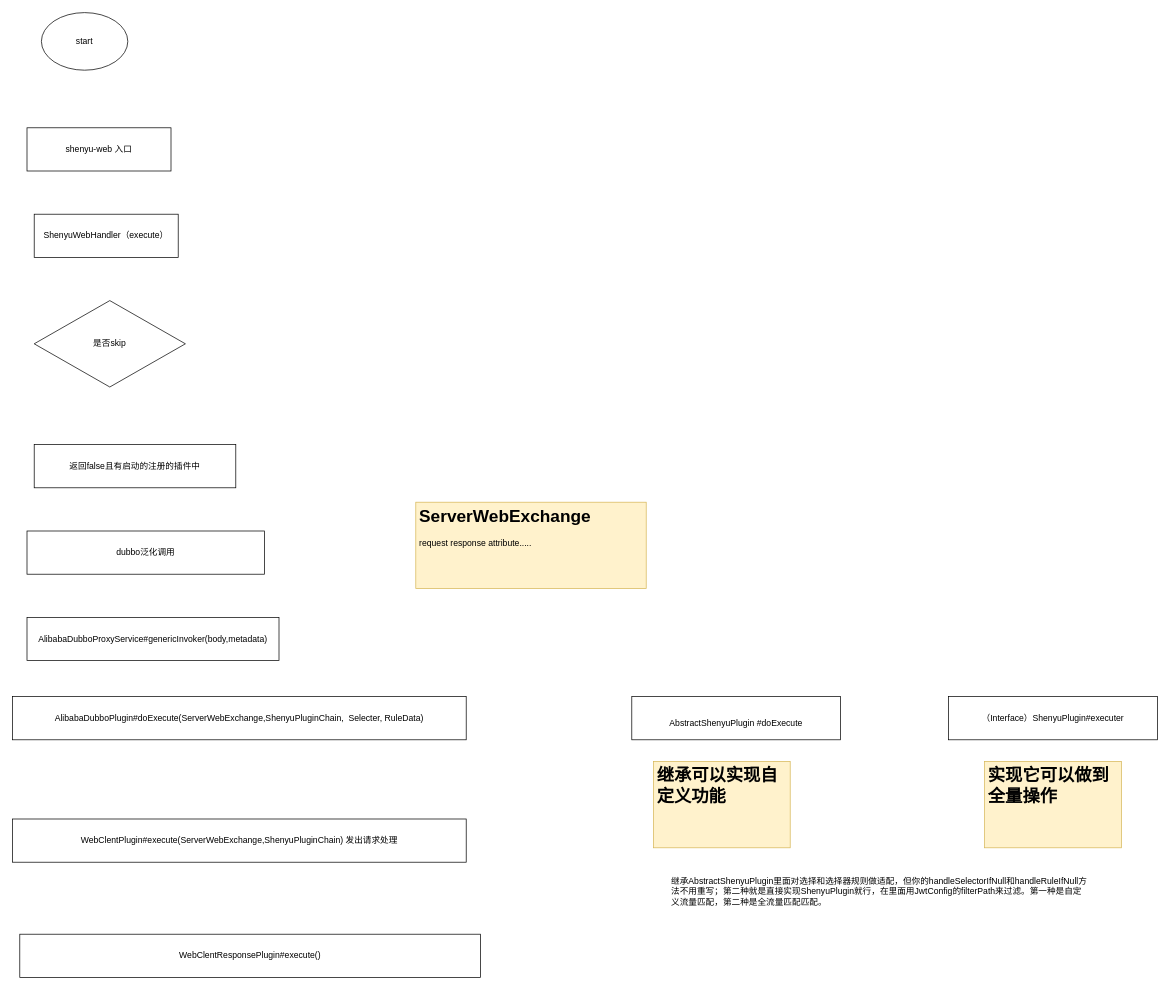
This is Shenye.drawio from FocusZhouGD/drawprogram, a draw.io file, before an edit. Source tidied: cells renumbered, new cells numbered last; positions are measured from the earlier drawing's top-left corner, leaving out a move shared by most shapes. Both pictures are drawn from the tidied source at 72%, with x=0, y=0 at pixel (12, 12).
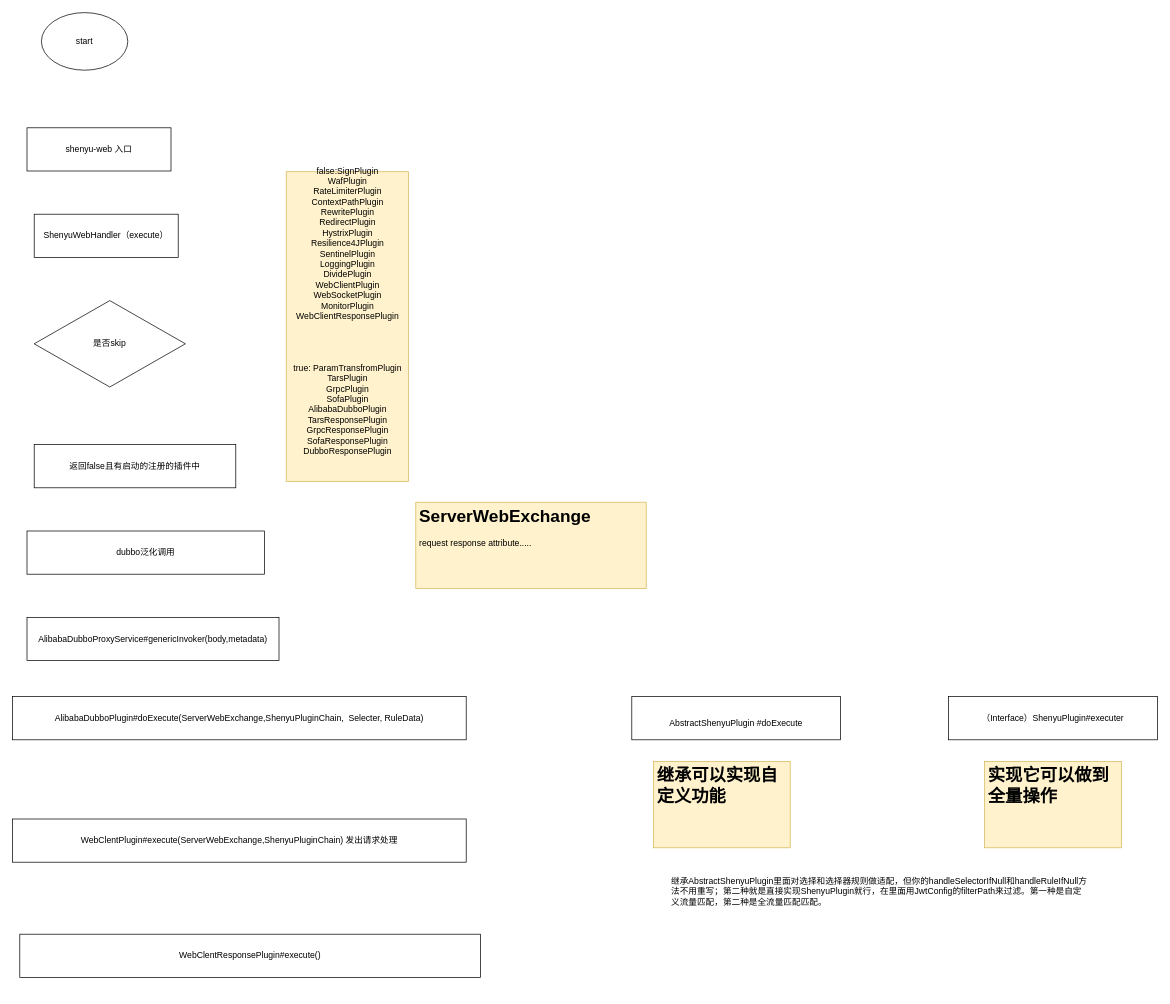
Above is the later version.

The edit, as a diff of the source:
```diff
@@
 <mxGraphModel>
   <root>
     <mxCell id="0" />
     <mxCell id="1" parent="0" />
     <mxCell id="2" value="start" style="ellipse;whiteSpace=wrap;html=1;" parent="1" vertex="1">
       <mxGeometry x="40" width="120" height="80" as="geometry" />
     </mxCell>
     <mxCell id="3" value="shenyu-web 入口" style="rounded=0;whiteSpace=wrap;html=1;" parent="1" vertex="1">
       <mxGeometry x="20" y="160" width="200" height="60" as="geometry" />
     </mxCell>
     <mxCell id="4" value="ShenyuWebHandler（execute）" style="rounded=0;whiteSpace=wrap;html=1;" parent="1" vertex="1">
       <mxGeometry x="30" y="280" width="200" height="60" as="geometry" />
     </mxCell>
     <mxCell id="5" value="是否skip" style="rhombus;whiteSpace=wrap;html=1;" parent="1" vertex="1">
       <mxGeometry x="30" y="400" width="210" height="120" as="geometry" />
     </mxCell>
     <mxCell id="6" value="返回false且有启动的注册的插件中" style="rounded=0;whiteSpace=wrap;html=1;" parent="1" vertex="1">
       <mxGeometry x="30" y="600" width="280" height="60" as="geometry" />
     </mxCell>
     <mxCell id="7" value="dubbo泛化调用" style="rounded=0;whiteSpace=wrap;html=1;" parent="1" vertex="1">
       <mxGeometry x="20" y="720" width="330" height="60" as="geometry" />
     </mxCell>
     <mxCell id="8" value="AlibabaDubboProxyService#genericInvoker(body,metadata)" style="rounded=0;whiteSpace=wrap;html=1;" parent="1" vertex="1">
       <mxGeometry x="20" y="840" width="350" height="60" as="geometry" />
     </mxCell>
     <mxCell id="9" value="AlibabaDubboPlugin#doExecute(ServerWebExchange,ShenyuPluginChain,&amp;nbsp; Selecter, RuleData)" style="rounded=0;whiteSpace=wrap;html=1;" parent="1" vertex="1">
       <mxGeometry y="950" width="630" height="60" as="geometry" />
     </mxCell>
     <mxCell id="10" value="&lt;h1&gt;ServerWebExchange&lt;/h1&gt;&lt;div&gt;request response attribute.....&lt;/div&gt;" style="text;html=1;strokeColor=#d6b656;fillColor=#fff2cc;spacing=5;spacingTop=-20;whiteSpace=wrap;overflow=hidden;rounded=0;" parent="1" vertex="1">
       <mxGeometry x="560" y="680" width="320" height="120" as="geometry" />
     </mxCell>
     <mxCell id="11" value="&lt;br&gt;AbstractShenyuPlugin #doExecute" style="rounded=0;whiteSpace=wrap;html=1;" parent="1" vertex="1">
       <mxGeometry x="860" y="950" width="290" height="60" as="geometry" />
     </mxCell>
     <mxCell id="12" value="（Interface）ShenyuPlugin#executer" style="rounded=0;whiteSpace=wrap;html=1;" parent="1" vertex="1">
       <mxGeometry x="1300" y="950" width="290" height="60" as="geometry" />
     </mxCell>
     <mxCell id="13" value="&lt;h1&gt;继承可以实现自定义功能&lt;/h1&gt;" style="text;html=1;strokeColor=#d6b656;fillColor=#fff2cc;spacing=5;spacingTop=-20;whiteSpace=wrap;overflow=hidden;rounded=0;" parent="1" vertex="1">
       <mxGeometry x="890" y="1040" width="190" height="120" as="geometry" />
     </mxCell>
     <mxCell id="14" value="&lt;h1&gt;实现它可以做到全量操作&lt;/h1&gt;" style="text;html=1;strokeColor=#d6b656;fillColor=#fff2cc;spacing=5;spacingTop=-20;whiteSpace=wrap;overflow=hidden;rounded=0;" parent="1" vertex="1">
       <mxGeometry x="1350" y="1040" width="190" height="120" as="geometry" />
     </mxCell>
     <mxCell id="15" value="继承AbstractShenyuPlugin里面对选择和选择器规则做适配，但你的handleSelectorIfNull和handleRuleIfNull方法不用重写；第二种就是直接实现ShenyuPlugin就行，在里面用JwtConfig的filterPath来过滤。第一种是自定义流量匹配，第二种是全流量匹配匹配。" style="text;html=1;strokeColor=none;fillColor=none;spacing=5;spacingTop=-20;whiteSpace=wrap;overflow=hidden;rounded=0;" parent="1" vertex="1">
       <mxGeometry x="910" y="1210" width="590" height="150" as="geometry" />
     </mxCell>
     <mxCell id="16" value="WebClentPlugin#execute(ServerWebExchange,ShenyuPluginChain) 发出请求处理" style="rounded=0;whiteSpace=wrap;html=1;" parent="1" vertex="1">
       <mxGeometry y="1120" width="630" height="60" as="geometry" />
     </mxCell>
     <mxCell id="17" value="WebClentResponsePlugin#execute()" style="rounded=0;whiteSpace=wrap;html=1;" parent="1" vertex="1">
       <mxGeometry x="10" y="1280" width="640" height="60" as="geometry" />
     </mxCell>
+    <mxCell id="18" value="false:SignPlugin&lt;br&gt;WafPlugin&lt;br&gt;RateLimiterPlugin&lt;br&gt;ContextPathPlugin&lt;br&gt;RewritePlugin&lt;br&gt;RedirectPlugin&lt;br&gt;HystrixPlugin&lt;br&gt;Resilience4JPlugin&lt;br&gt;SentinelPlugin&lt;br&gt;LoggingPlugin&lt;br&gt;DividePlugin&lt;br&gt;WebClientPlugin&lt;br&gt;WebSocketPlugin&lt;br&gt;MonitorPlugin&lt;br&gt;WebClientResponsePlugin&lt;br&gt;&lt;br&gt;&lt;br&gt;&lt;br&gt;&lt;br&gt;true: ParamTransfromPlugin&lt;br&gt;TarsPlugin&lt;br&gt;GrpcPlugin&lt;br&gt;SofaPlugin&lt;br&gt;AlibabaDubboPlugin&lt;br&gt;TarsResponsePlugin&lt;br&gt;GrpcResponsePlugin&lt;br&gt;SofaResponsePlugin&lt;br&gt;DubboResponsePlugin&lt;br&gt;&lt;br&gt;&lt;br&gt;&lt;br&gt;" style="text;html=1;align=center;verticalAlign=middle;strokeColor=#d6b656;fillColor=#fff2cc;" parent="1" vertex="1">
+      <mxGeometry x="380" y="221" width="170" height="430" as="geometry" />
+    </mxCell>
   </root>
 </mxGraphModel>
```
